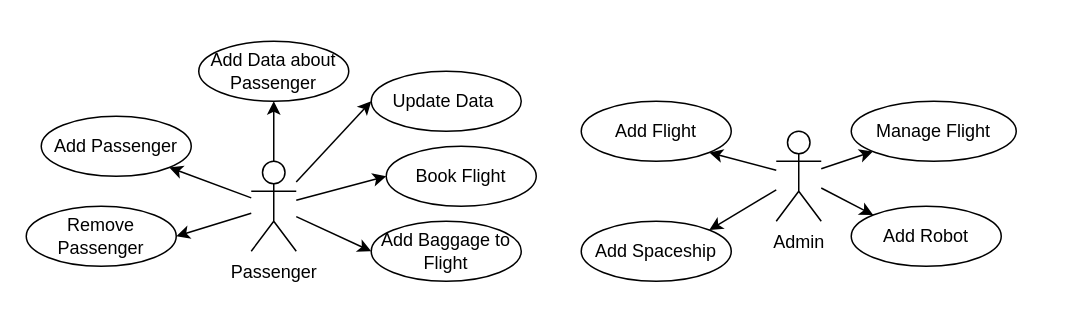
Earlier version of the draw.io diagram Documentation/Use Cases.drawio (iWANbpe/Fly-Me-to-the-Moon). Source tidied: cells renumbered, new cells numbered last; positions are measured from the earlier drawing's top-left corner, leaving out a move shared by most shapes. Both pictures are drawn from the tidied source at 150%, with x=0, y=0 at pixel (26, 40).
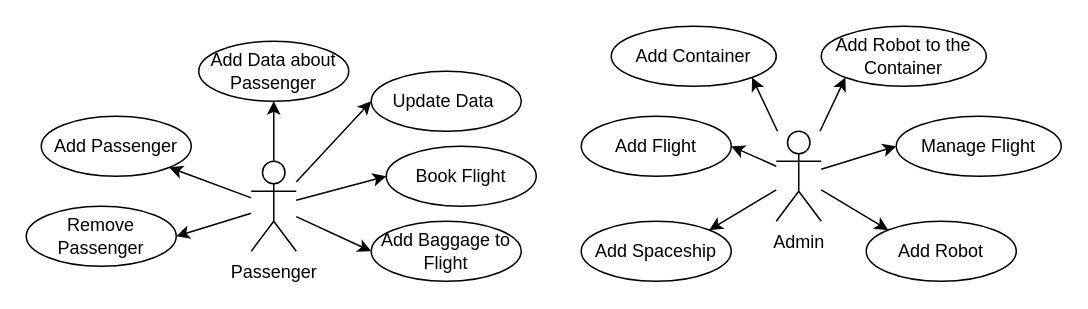
The same diagram, later.

Unchanged cells that the change refers to:
```xml
<mxCell id="18" value="Admin" style="shape=umlActor;verticalLabelPosition=bottom;verticalAlign=top;html=1;outlineConnect=0;" parent="1" vertex="1">
  <mxGeometry x="500" y="60" width="30" height="60" as="geometry" />
</mxCell>
```

What changed in the source:
```diff
@@
-    <mxCell id="14" style="rounded=0;jettySize=auto;html=1;" parent="1" edge="1" source="18" target="21">
+    <mxCell id="14" style="rounded=0;jettySize=auto;html=1;entryX=0;entryY=0.5;entryDx=0;entryDy=0;" parent="1" edge="1" source="18" target="21">
       <mxGeometry relative="1" as="geometry" />
     </mxCell>
-    <mxCell id="15" style="rounded=0;jettySize=auto;html=1;entryX=1;entryY=1;entryDx=0;entryDy=0;" parent="1" edge="1" source="18" target="19">
+    <mxCell id="15" style="rounded=0;jettySize=auto;html=1;entryX=1;entryY=0.5;entryDx=0;entryDy=0;" parent="1" edge="1" source="18" target="19">
       <mxGeometry relative="1" as="geometry" />
     </mxCell>
@@
+    <mxCell id="24" style="rounded=0;jettySize=auto;html=1;entryX=1;entryY=1;entryDx=0;entryDy=0;" parent="1" edge="1" source="18" target="26">
+      <mxGeometry relative="1" as="geometry" />
+    </mxCell>
+    <mxCell id="25" style="rounded=0;jettySize=auto;html=1;entryX=0;entryY=1;entryDx=0;entryDy=0;" parent="1" edge="1" source="18" target="27">
+      <mxGeometry relative="1" as="geometry" />
+    </mxCell>
@@
     <mxCell id="19" value="Add Flight" style="ellipse;whiteSpace=wrap;html=1;" parent="1" vertex="1">
-      <mxGeometry x="370" y="40" width="100" height="40" as="geometry" />
+      <mxGeometry x="370" y="50" width="100" height="40" as="geometry" />
     </mxCell>
@@
     <mxCell id="21" value="Manage Flight" style="ellipse;whiteSpace=wrap;html=1;" parent="1" vertex="1">
-      <mxGeometry x="550" y="40" width="110" height="40" as="geometry" />
+      <mxGeometry x="580" y="50" width="110" height="40" as="geometry" />
     </mxCell>
     <mxCell id="22" value="Add Robot" style="ellipse;whiteSpace=wrap;html=1;" parent="1" vertex="1">
-      <mxGeometry x="550" y="110" width="100" height="40" as="geometry" />
+      <mxGeometry x="560" y="120" width="100" height="40" as="geometry" />
     </mxCell>
@@
+    <mxCell id="26" value="Add Container" style="ellipse;whiteSpace=wrap;html=1;" parent="1" vertex="1">
+      <mxGeometry x="390" y="-10" width="110" height="40" as="geometry" />
+    </mxCell>
+    <mxCell id="27" value="Add Robot to the Container" style="ellipse;whiteSpace=wrap;html=1;" parent="1" vertex="1">
+      <mxGeometry x="530" y="-10" width="110" height="40" as="geometry" />
+    </mxCell>
```
